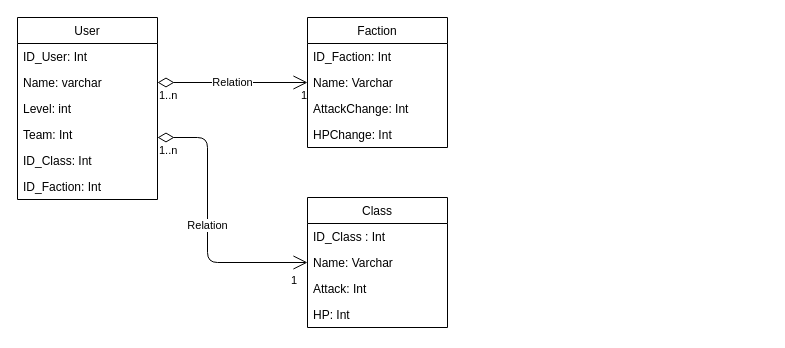
No-Game-No-Pain/Game keeps this draw.io diagram as diagramme/diagClass.dio. Above is the earlier version. Source tidied: cells renumbered, new cells numbered last; positions are measured from the earlier drawing's top-left corner, leaving out a move shared by most shapes. Both pictures are drawn from the tidied source at 100%, with x=0, y=0 at pixel (17, 17).
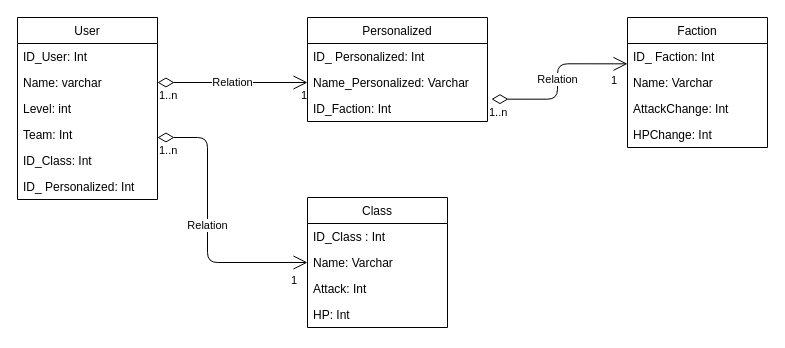
The same diagram, later.

Unchanged cells that the change refers to:
```xml
<mxCell id="2" value="User" style="swimlane;fontStyle=0;horizontal=1;startSize=26;fillColor=none;" parent="1" vertex="1">
  <mxGeometry width="140" height="182" as="geometry" />
</mxCell>
```

Diff of the diagram source:
```diff
@@
-    <mxCell id="8" value="ID_Faction: Int" style="text;strokeColor=none;fillColor=none;align=left;verticalAlign=top;spacingLeft=4;spacingRight=4;overflow=hidden;" parent="2" vertex="1">
+    <mxCell id="8" value="ID_ Personalized: Int" style="text;strokeColor=none;fillColor=none;align=left;verticalAlign=top;spacingLeft=4;spacingRight=4;overflow=hidden;" parent="2" vertex="1">
       <mxGeometry y="156" width="140" height="26" as="geometry" />
     </mxCell>
@@
-    <mxCell id="14" value="Faction" style="swimlane;fontStyle=0;horizontal=1;startSize=26;fillColor=none;" parent="1" vertex="1">
-      <mxGeometry x="290" width="140" height="130" as="geometry" />
+    <mxCell id="14" value="Personalized" style="swimlane;fontStyle=0;horizontal=1;startSize=26;fillColor=none;" parent="1" vertex="1">
+      <mxGeometry x="290" width="180" height="104" as="geometry" />
     </mxCell>
-    <mxCell id="15" value="ID_Faction: Int" style="text;strokeColor=none;fillColor=none;align=left;verticalAlign=top;spacingLeft=4;spacingRight=4;overflow=hidden;" parent="14" vertex="1">
-      <mxGeometry y="26" width="140" height="26" as="geometry" />
+    <mxCell id="15" value="ID_ Personalized: Int" style="text;strokeColor=none;fillColor=none;align=left;verticalAlign=top;spacingLeft=4;spacingRight=4;overflow=hidden;" parent="14" vertex="1">
+      <mxGeometry y="26" width="180" height="26" as="geometry" />
     </mxCell>
-    <mxCell id="16" value="Name: Varchar" style="text;strokeColor=none;fillColor=none;align=left;verticalAlign=top;spacingLeft=4;spacingRight=4;overflow=hidden;" parent="14" vertex="1">
-      <mxGeometry y="52" width="140" height="26" as="geometry" />
+    <mxCell id="16" value="Name_Personalized: Varchar" style="text;strokeColor=none;fillColor=none;align=left;verticalAlign=top;spacingLeft=4;spacingRight=4;overflow=hidden;" parent="14" vertex="1">
+      <mxGeometry y="52" width="180" height="26" as="geometry" />
     </mxCell>
-    <mxCell id="17" value="AttackChange: Int" style="text;strokeColor=none;fillColor=none;align=left;verticalAlign=top;spacingLeft=4;spacingRight=4;overflow=hidden;" parent="14" vertex="1">
-      <mxGeometry y="78" width="140" height="26" as="geometry" />
-    </mxCell>
-    <mxCell id="18" value="HPChange: Int" style="text;strokeColor=none;fillColor=none;align=left;verticalAlign=top;spacingLeft=4;spacingRight=4;overflow=hidden;points=[[0,0.5],[1,0.5]];portConstraint=eastwest;" parent="14" vertex="1">
-      <mxGeometry y="104" width="140" height="26" as="geometry" />
+    <mxCell id="18" value="ID_Faction: Int" style="text;strokeColor=none;fillColor=none;align=left;verticalAlign=top;spacingLeft=4;spacingRight=4;overflow=hidden;points=[[0,0.5],[1,0.5]];portConstraint=eastwest;" parent="14" vertex="1">
+      <mxGeometry y="78" width="180" height="26" as="geometry" />
     </mxCell>
@@
+    <mxCell id="25" value="Faction" style="swimlane;fontStyle=0;horizontal=1;startSize=26;fillColor=none;" parent="1" vertex="1">
+      <mxGeometry x="610" width="140" height="130" as="geometry" />
+    </mxCell>
+    <mxCell id="26" value="ID_ Faction: Int" style="text;strokeColor=none;fillColor=none;align=left;verticalAlign=top;spacingLeft=4;spacingRight=4;overflow=hidden;points=[[0,0.5],[1,0.5]];portConstraint=eastwest;" parent="25" vertex="1">
+      <mxGeometry y="26" width="140" height="26" as="geometry" />
+    </mxCell>
+    <mxCell id="27" value="Name: Varchar" style="text;strokeColor=none;fillColor=none;align=left;verticalAlign=top;spacingLeft=4;spacingRight=4;overflow=hidden;" parent="25" vertex="1">
+      <mxGeometry y="52" width="140" height="26" as="geometry" />
+    </mxCell>
+    <mxCell id="17" value="AttackChange: Int" style="text;strokeColor=none;fillColor=none;align=left;verticalAlign=top;spacingLeft=4;spacingRight=4;overflow=hidden;" parent="25" vertex="1">
+      <mxGeometry y="78" width="140" height="26" as="geometry" />
+    </mxCell>
+    <mxCell id="28" value="HPChange: Int" style="text;strokeColor=none;fillColor=none;align=left;verticalAlign=top;spacingLeft=4;spacingRight=4;overflow=hidden;" parent="25" vertex="1">
+      <mxGeometry y="104" width="140" height="26" as="geometry" />
+    </mxCell>
+    <mxCell id="29" value="Relation" style="endArrow=open;html=1;endSize=12;startArrow=diamondThin;startSize=14;startFill=0;edgeStyle=orthogonalEdgeStyle;exitX=1.022;exitY=0.141;exitDx=0;exitDy=0;exitPerimeter=0;entryX=0;entryY=0.782;entryDx=0;entryDy=0;entryPerimeter=0;" parent="1" edge="1" source="18" target="26">
+      <mxGeometry relative="1" as="geometry" />
+    </mxCell>
+    <mxCell id="30" value="1..n" style="edgeLabel;html=1;align=left;verticalAlign=top;" parent="29" vertex="1">
+      <mxGeometry x="-1" relative="1" as="geometry">
+        <mxPoint x="-4" as="offset" />
+      </mxGeometry>
+    </mxCell>
+    <mxCell id="31" value="1" style="edgeLabel;html=1;align=right;verticalAlign=top;" parent="29" vertex="1">
+      <mxGeometry x="1" relative="1" as="geometry">
+        <mxPoint x="-10" y="4" as="offset" />
+      </mxGeometry>
+    </mxCell>
```
